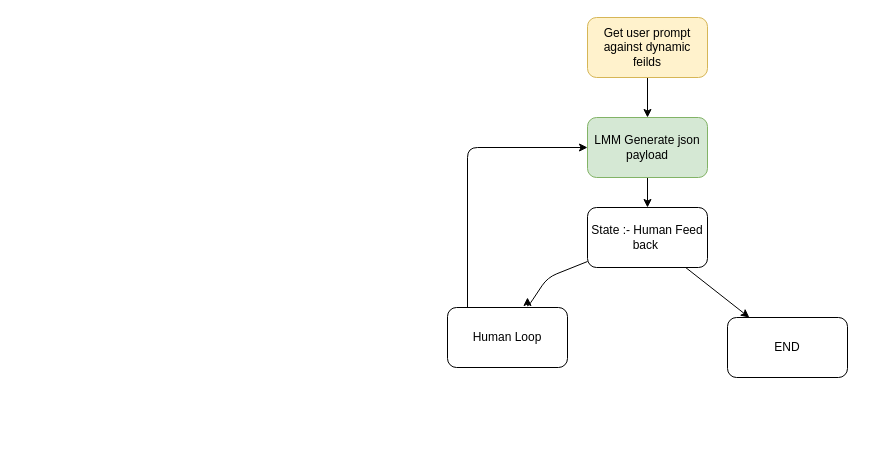
Before: lang_graph.drawio in gokul153/End_to_End_Testing_Automation_tool, a draw.io diagram. Source tidied: cells renumbered, new cells numbered last; positions are measured from the earlier drawing's top-left corner, leaving out a move shared by most shapes. Both pictures are drawn from the tidied source at 100%, with x=0, y=0 at pixel (447, 17).
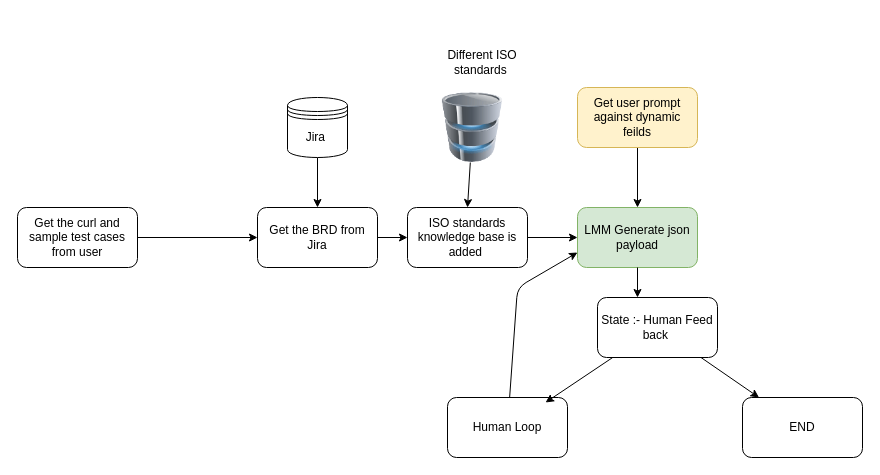
After the change.

Diff of the diagram source:
```diff
@@
     <mxCell id="3" value="Get user prompt against dynamic feilds" style="rounded=1;whiteSpace=wrap;html=1;fillColor=#fff2cc;strokeColor=#d6b656;" parent="1" vertex="1">
-      <mxGeometry x="140" width="120" height="60" as="geometry" />
+      <mxGeometry x="130" y="70" width="120" height="60" as="geometry" />
     </mxCell>
-    <mxCell id="4" style="edgeStyle=none;html=1;" parent="1" edge="1" source="5">
-      <mxGeometry relative="1" as="geometry">
-        <mxPoint x="200" y="190" as="targetPoint" />
-      </mxGeometry>
-    </mxCell>
     <mxCell id="5" value="LMM Generate json payload" style="rounded=1;whiteSpace=wrap;html=1;fillColor=#d5e8d4;strokeColor=#82b366;" parent="1" vertex="1">
-      <mxGeometry x="140" y="100" width="120" height="60" as="geometry" />
+      <mxGeometry x="130" y="190" width="120" height="60" as="geometry" />
     </mxCell>
-    <mxCell id="6" style="edgeStyle=none;html=1;" parent="1" edge="1" source="8">
-      <mxGeometry relative="1" as="geometry">
-        <mxPoint x="80" y="280" as="targetPoint" />
-        <Array as="points">
-          <mxPoint x="100" y="260" />
-          <mxPoint x="80" y="290" />
-        </Array>
-      </mxGeometry>
-    </mxCell>
@@
     <mxCell id="8" value="State :- Human Feed back&amp;nbsp;" style="rounded=1;whiteSpace=wrap;html=1;" parent="1" vertex="1">
-      <mxGeometry x="140" y="190" width="120" height="60" as="geometry" />
+      <mxGeometry x="150" y="280" width="120" height="60" as="geometry" />
     </mxCell>
     <mxCell id="9" value="END" style="rounded=1;whiteSpace=wrap;html=1;" parent="1" vertex="1">
-      <mxGeometry x="280" y="300" width="120" height="60" as="geometry" />
+      <mxGeometry x="295" y="380" width="120" height="60" as="geometry" />
     </mxCell>
-    <mxCell id="10" style="edgeStyle=none;html=1;entryX=0;entryY=0.5;entryDx=0;entryDy=0;" parent="1" edge="1" target="5">
-      <mxGeometry relative="1" as="geometry">
-        <mxPoint x="20" y="290" as="sourcePoint" />
-        <Array as="points">
-          <mxPoint x="20" y="130" />
-        </Array>
-      </mxGeometry>
-    </mxCell>
+    <mxCell id="12" style="edgeStyle=none;html=1;entryX=0;entryY=0.75;entryDx=0;entryDy=0;" parent="1" edge="1" source="11" target="5">
+      <mxGeometry relative="1" as="geometry">
+        <Array as="points">
+          <mxPoint x="70" y="270" />
+        </Array>
+      </mxGeometry>
+    </mxCell>
     <mxCell id="11" value="Human Loop" style="rounded=1;whiteSpace=wrap;html=1;" parent="1" vertex="1">
-      <mxGeometry y="290" width="120" height="60" as="geometry" />
+      <mxGeometry y="380" width="120" height="60" as="geometry" />
     </mxCell>
+    <mxCell id="13" style="edgeStyle=none;html=1;entryX=0.817;entryY=0.083;entryDx=0;entryDy=0;entryPerimeter=0;" parent="1" edge="1" source="8" target="11">
+      <mxGeometry relative="1" as="geometry" />
+    </mxCell>
+    <mxCell id="14" style="edgeStyle=none;html=1;" parent="1" edge="1" source="5">
+      <mxGeometry relative="1" as="geometry">
+        <mxPoint x="190" y="280" as="targetPoint" />
+      </mxGeometry>
+    </mxCell>
+    <mxCell id="15" style="edgeStyle=none;html=1;" parent="1" edge="1" source="16" target="18">
+      <mxGeometry relative="1" as="geometry" />
+    </mxCell>
+    <mxCell id="16" value="Get the curl and sample test cases from user" style="rounded=1;whiteSpace=wrap;html=1;" parent="1" vertex="1">
+      <mxGeometry x="-430" y="190" width="120" height="60" as="geometry" />
+    </mxCell>
+    <mxCell id="17" style="edgeStyle=none;html=1;" parent="1" edge="1" source="18" target="22">
+      <mxGeometry relative="1" as="geometry" />
+    </mxCell>
+    <mxCell id="18" value="Get the BRD from Jira" style="rounded=1;whiteSpace=wrap;html=1;" parent="1" vertex="1">
+      <mxGeometry x="-190" y="190" width="120" height="60" as="geometry" />
+    </mxCell>
+    <mxCell id="19" style="edgeStyle=none;html=1;" parent="1" edge="1" source="20" target="18">
+      <mxGeometry relative="1" as="geometry" />
+    </mxCell>
+    <mxCell id="20" value="Jira&amp;nbsp;" style="shape=datastore;whiteSpace=wrap;html=1;" parent="1" vertex="1">
+      <mxGeometry x="-160" y="80" width="60" height="60" as="geometry" />
+    </mxCell>
+    <mxCell id="21" style="edgeStyle=none;html=1;entryX=0;entryY=0.5;entryDx=0;entryDy=0;" parent="1" edge="1" source="22" target="5">
+      <mxGeometry relative="1" as="geometry" />
+    </mxCell>
+    <mxCell id="22" value="ISO standards knowledge base is added&amp;nbsp;" style="rounded=1;whiteSpace=wrap;html=1;" parent="1" vertex="1">
+      <mxGeometry x="-40" y="190" width="120" height="60" as="geometry" />
+    </mxCell>
+    <mxCell id="23" style="edgeStyle=none;html=1;entryX=0.5;entryY=0;entryDx=0;entryDy=0;" parent="1" edge="1" source="24" target="22">
+      <mxGeometry relative="1" as="geometry" />
+    </mxCell>
+    <mxCell id="24" style="image;html=1;image=img/lib/clip_art/computers/Database_128x128.png;" parent="1" vertex="1">
+      <mxGeometry x="-10" y="75" width="70" height="70" as="geometry" />
+    </mxCell>
+    <mxCell id="25" value="Different ISO standards&amp;nbsp;" style="text;html=1;align=center;verticalAlign=middle;whiteSpace=wrap;rounded=0;" parent="1" vertex="1">
+      <mxGeometry x="-10" y="30" width="90" height="30" as="geometry" />
+    </mxCell>
```
